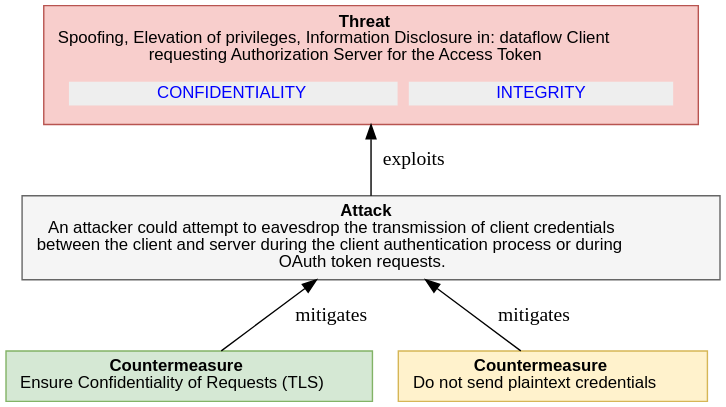
Earlier version of the PlantUML export report-examples/OAuth2/img/threatTree/4_3_3_CLIENT_CREDENTIALS_DISCLOSURE.svg (DavidCervigni/threat-models). Its source is kept beside it as report-examples/OAuth2/img/threatTree/4_3_3_CLIENT_CREDENTIALS_DISCLOSURE.puml.
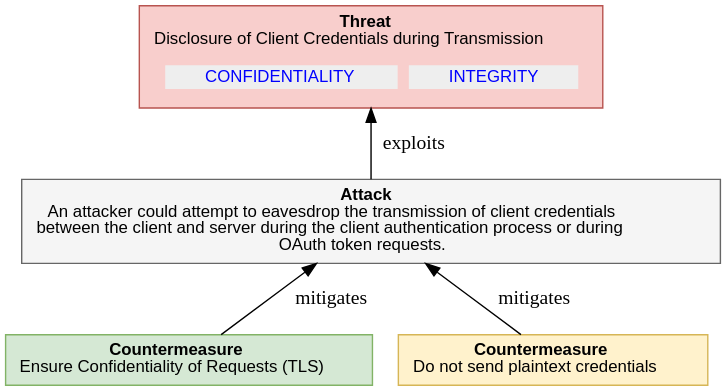
Later version of the same file.

The edit, as a diff of the source:
```diff
@@ -7,7 +7,7 @@
     <<table border="0" cellborder="0" cellspacing="0">
      <tr><td align="center"><b>Threat</b><br/>
 
-Spoofing, Elevation of privileges, Information Disclosure in: dataflow Client<br/>requesting Authorization Server for the Access Token
+Disclosure of Client Credentials during Transmission
 </td></tr>
      <tr><td><table border="0" cellborder="0" cellspacing="8"><tr>
                 ret += secObj.linkedImpactMDText()
```
